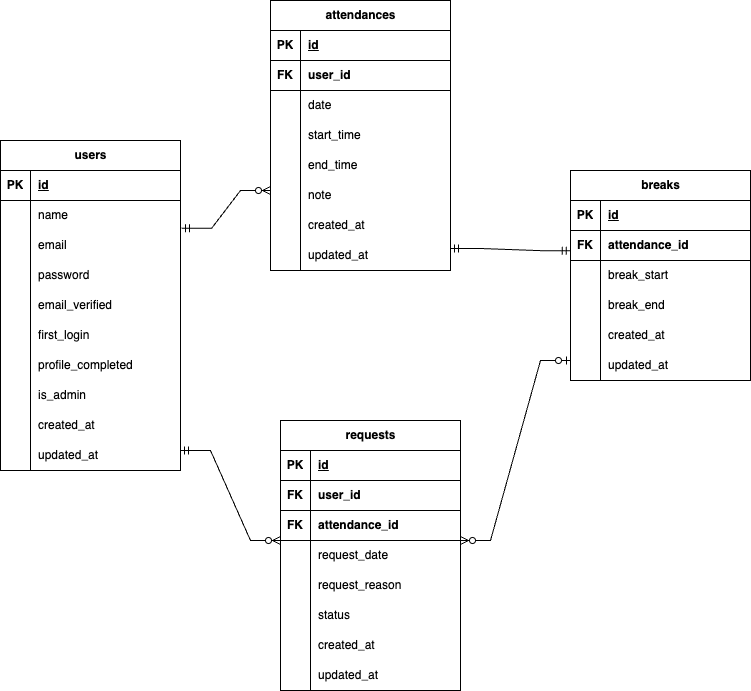
The draw.io diagram ER.drawio.png in aya0517/attendance-record, before a commit. Source tidied: cells renumbered, new cells last; positions are measured from the earlier drawing's top-left corner, leaving out a move shared by most shapes.
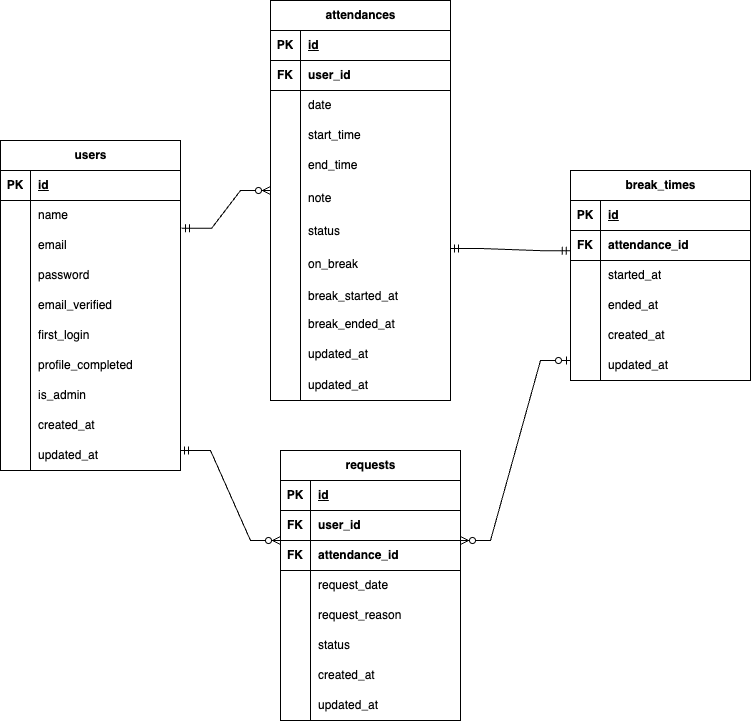
After the change.

Change to the diagram source:
```diff
@@ -63,10 +63,10 @@
       <mxGeometry x="30" y="300" width="150" height="30" as="geometry" />
     </mxCell>
     <mxCell id="22" style="group;" parent="1" vertex="1">
-      <mxGeometry x="270" width="180" height="270" as="geometry" />
+      <mxGeometry x="270" width="180" height="400" as="geometry" />
     </mxCell>
     <mxCell id="23" value="attendances" style="shape=table;startSize=30;rowLines=0;fontStyle=1;align=center;html=1;" parent="22" vertex="1">
-      <mxGeometry width="180" height="270" as="geometry" />
+      <mxGeometry width="180" height="400" as="geometry" />
     </mxCell>
     <mxCell id="24" style="shape=tableRow;horizontal=0;startSize=0;swimlaneHead=0;swimlaneBody=0;fillColor=none;top=0;left=0;right=0;bottom=1;" parent="23" vertex="1">
       <mxGeometry y="30" width="180" height="30" as="geometry" />
@@ -104,22 +104,31 @@
     <mxCell id="35" value="start_time" style="shape=partialRectangle;fillColor=none;top=0;left=0;bottom=0;right=0;align=left;spacingLeft=6;overflow=hidden;whiteSpace=wrap;html=1;" parent="33" vertex="1">
       <mxGeometry x="30" width="150" height="30" as="geometry" />
     </mxCell>
-    <mxCell id="36" value="end_time" style="shape=partialRectangle;fillColor=none;top=0;left=1;bottom=0;right=0;align=left;spacingLeft=6;overflow=hidden;whiteSpace=wrap;html=1;" parent="22" vertex="1">
-      <mxGeometry x="30" y="150" width="150" height="30" as="geometry" />
+    <mxCell id="36" value="note" style="shape=partialRectangle;fillColor=none;top=0;left=1;bottom=0;right=0;align=left;spacingLeft=6;overflow=hidden;whiteSpace=wrap;html=1;" parent="22" vertex="1">
+      <mxGeometry x="30" y="181.3" width="150" height="33.3" as="geometry" />
     </mxCell>
-    <mxCell id="37" value="note" style="shape=partialRectangle;fillColor=none;top=0;left=1;bottom=0;right=0;align=left;spacingLeft=6;overflow=hidden;whiteSpace=wrap;html=1;" parent="22" vertex="1">
-      <mxGeometry x="30" y="180" width="150" height="30" as="geometry" />
+    <mxCell id="37" value="status" style="shape=partialRectangle;fillColor=none;top=0;left=1;bottom=0;right=0;align=left;spacingLeft=6;overflow=hidden;whiteSpace=wrap;html=1;" parent="22" vertex="1">
+      <mxGeometry x="30" y="214.7" width="150" height="33.3" as="geometry" />
     </mxCell>
-    <mxCell id="38" value="created_at" style="shape=partialRectangle;fillColor=none;top=0;left=1;bottom=0;right=0;align=left;spacingLeft=6;overflow=hidden;whiteSpace=wrap;html=1;" parent="22" vertex="1">
-      <mxGeometry x="30" y="210" width="150" height="30" as="geometry" />
+    <mxCell id="38" value="on_break" style="shape=partialRectangle;fillColor=none;top=0;left=1;bottom=0;right=0;align=left;spacingLeft=6;overflow=hidden;whiteSpace=wrap;html=1;" parent="22" vertex="1">
+      <mxGeometry x="30" y="247" width="150" height="33.3" as="geometry" />
     </mxCell>
-    <mxCell id="39" value="updated_at" style="shape=partialRectangle;fillColor=none;top=0;left=1;bottom=0;right=0;align=left;spacingLeft=6;overflow=hidden;whiteSpace=wrap;html=1;" parent="22" vertex="1">
-      <mxGeometry x="30" y="240" width="150" height="30" as="geometry" />
+    <mxCell id="39" value="break_started_at" style="shape=partialRectangle;fillColor=none;top=0;left=1;bottom=0;right=0;align=left;spacingLeft=6;overflow=hidden;whiteSpace=wrap;html=1;" parent="22" vertex="1">
+      <mxGeometry x="30" y="279.4" width="150" height="33.3" as="geometry" />
     </mxCell>
+    <mxCell id="78" value="break_ended_at" style="shape=partialRectangle;fillColor=none;top=0;left=1;bottom=0;right=0;align=left;spacingLeft=6;overflow=hidden;whiteSpace=wrap;html=1;" parent="22" vertex="1">
+      <mxGeometry x="30" y="307.7" width="150" height="33.3" as="geometry" />
+    </mxCell>
+    <mxCell id="79" value="end_time" style="shape=partialRectangle;fillColor=none;top=0;left=1;bottom=0;right=0;align=left;spacingLeft=6;overflow=hidden;whiteSpace=wrap;html=1;" parent="22" vertex="1">
+      <mxGeometry x="30" y="149.8" width="150" height="30.8" as="geometry" />
+    </mxCell>
+    <mxCell id="80" value="updated_at" style="shape=partialRectangle;fillColor=none;top=0;left=1;bottom=0;right=0;align=left;spacingLeft=6;overflow=hidden;whiteSpace=wrap;html=1;" parent="22" vertex="1">
+      <mxGeometry x="30" y="370" width="150" height="30" as="geometry" />
+    </mxCell>
     <mxCell id="40" style="group;" parent="1" vertex="1">
       <mxGeometry x="570" y="170" width="180" height="210" as="geometry" />
     </mxCell>
-    <mxCell id="41" value="breaks" style="shape=table;startSize=30;rowLines=0;fontStyle=1;align=center;html=1;" parent="40" vertex="1">
+    <mxCell id="41" value="break_times" style="shape=table;startSize=30;rowLines=0;fontStyle=1;align=center;html=1;" parent="40" vertex="1">
       <mxGeometry width="180" height="210" as="geometry" />
     </mxCell>
     <mxCell id="42" style="shape=tableRow;horizontal=0;startSize=0;swimlaneHead=0;swimlaneBody=0;fillColor=none;top=0;left=0;right=0;bottom=1;" parent="41" vertex="1">
@@ -146,7 +155,7 @@
     <mxCell id="49" style="shape=partialRectangle;fillColor=none;top=0;left=0;bottom=0;right=0;overflow=hidden;whiteSpace=wrap;html=1;" parent="48" vertex="1">
       <mxGeometry width="30" height="30" as="geometry" />
     </mxCell>
-    <mxCell id="50" value="break_start" style="shape=partialRectangle;fillColor=none;top=0;left=0;bottom=0;right=0;align=left;spacingLeft=6;overflow=hidden;whiteSpace=wrap;html=1;" parent="48" vertex="1">
+    <mxCell id="50" value="started_at" style="shape=partialRectangle;fillColor=none;top=0;left=0;bottom=0;right=0;align=left;spacingLeft=6;overflow=hidden;whiteSpace=wrap;html=1;" parent="48" vertex="1">
       <mxGeometry x="30" width="150" height="30" as="geometry" />
     </mxCell>
     <mxCell id="51" style="shape=tableRow;horizontal=0;startSize=0;swimlaneHead=0;swimlaneBody=0;fillColor=none;top=0;left=0;right=0;bottom=0;" parent="41" vertex="1">
@@ -155,7 +164,7 @@
     <mxCell id="52" style="shape=partialRectangle;fillColor=none;top=0;left=0;bottom=0;right=0;overflow=hidden;whiteSpace=wrap;html=1;" parent="51" vertex="1">
       <mxGeometry width="30" height="30" as="geometry" />
     </mxCell>
-    <mxCell id="53" value="break_end" style="shape=partialRectangle;fillColor=none;top=0;left=0;bottom=0;right=0;align=left;spacingLeft=6;overflow=hidden;whiteSpace=wrap;html=1;" parent="51" vertex="1">
+    <mxCell id="53" value="ended_at" style="shape=partialRectangle;fillColor=none;top=0;left=0;bottom=0;right=0;align=left;spacingLeft=6;overflow=hidden;whiteSpace=wrap;html=1;" parent="51" vertex="1">
       <mxGeometry x="30" width="150" height="30" as="geometry" />
     </mxCell>
     <mxCell id="54" value="created_at" style="shape=partialRectangle;fillColor=none;top=0;left=1;bottom=0;right=0;align=left;spacingLeft=6;overflow=hidden;whiteSpace=wrap;html=1;" parent="40" vertex="1">
@@ -165,7 +174,7 @@
       <mxGeometry x="30" y="180" width="150" height="30" as="geometry" />
     </mxCell>
     <mxCell id="56" style="group;" parent="1" vertex="1">
-      <mxGeometry x="280" y="420" width="180" height="270" as="geometry" />
+      <mxGeometry x="280" y="450" width="180" height="270" as="geometry" />
     </mxCell>
     <mxCell id="57" value="requests" style="shape=table;startSize=30;rowLines=0;fontStyle=1;align=center;html=1;" parent="56" vertex="1">
       <mxGeometry width="180" height="270" as="geometry" />
@@ -274,5 +283,8 @@
         </Array>
       </mxGeometry>
     </mxCell>
+    <mxCell id="81" value="updated_at" style="shape=partialRectangle;fillColor=none;top=0;left=1;bottom=0;right=0;align=left;spacingLeft=6;overflow=hidden;whiteSpace=wrap;html=1;" parent="1" vertex="1">
+      <mxGeometry x="300" y="339" width="150" height="30" as="geometry" />
+    </mxCell>
   </root>
 </mxGraphModel>
```
